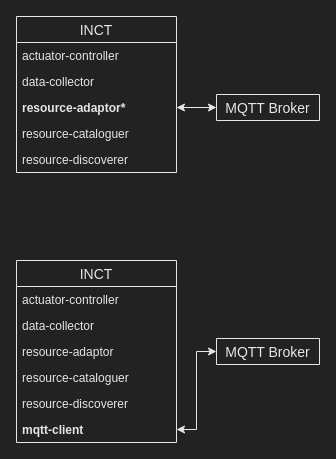
Above: relatorio2/doc/drawio/arquiteturas.drawio in batmacumba/misiot (draw.io), before the change. Source tidied: cells renumbered, new cells numbered last; positions are measured from the earlier drawing's top-left corner, leaving out a move shared by most shapes. Both pictures are drawn from the tidied source at 100%, with x=0, y=0 at pixel (16, 16).
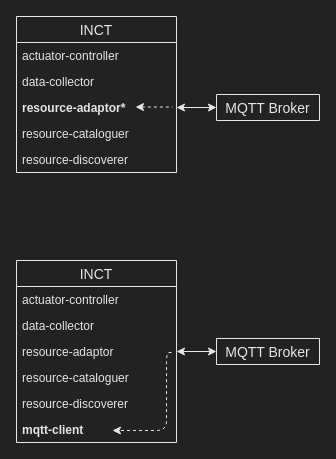
The same diagram, later.

Unchanged cells that the change refers to:
```xml
<mxCell id="2" value="INCT" style="swimlane;fontStyle=0;horizontal=1;startSize=26;align=center;fontSize=14;fontColor=#E6E6E6;fillColor=none;strokeColor=#E6E6E6;" parent="1" vertex="1">
  <mxGeometry width="160" height="156" as="geometry" />
</mxCell>
<mxCell id="10" value="INCT" style="swimlane;fontStyle=0;horizontal=1;startSize=26;align=center;fontSize=14;fontColor=#E6E6E6;fillColor=none;strokeColor=#E6E6E6;" parent="1" vertex="1">
  <mxGeometry y="244" width="160" height="182" as="geometry" />
</mxCell>
<mxCell id="13" value="resource-adaptor" style="text;strokeColor=none;fillColor=none;spacingLeft=4;spacingRight=4;overflow=hidden;points=[[0,0.5],[1,0.5]];portConstraint=eastwest;fontSize=12;fontColor=#E6E6E6;fontStyle=0;" parent="10" vertex="1">
  <mxGeometry y="78" width="160" height="26" as="geometry" />
</mxCell>
<mxCell id="16" value="mqtt-client" style="text;strokeColor=none;fillColor=none;spacingLeft=4;spacingRight=4;overflow=hidden;points=[[0,0.5],[1,0.5]];portConstraint=eastwest;fontSize=12;fontColor=#E6E6E6;fontStyle=1;" parent="10" vertex="1">
  <mxGeometry y="156" width="160" height="26" as="geometry" />
</mxCell>
<mxCell id="17" value="MQTT Broker" style="swimlane;fontStyle=0;horizontal=1;startSize=26;align=center;fontSize=14;fontColor=#E6E6E6;fillColor=none;strokeColor=#E6E6E6;" parent="1" vertex="1">
  <mxGeometry x="200" y="322" width="103" height="26" as="geometry" />
</mxCell>
```

The edit, as a diff of the source:
```diff
@@
+    <mxCell id="19" style="endArrow=none;startArrow=classic;html=1;fontColor=#E6E6E6;strokeColor=#E6E6E6;dashed=1;endFill=0;edgeStyle=orthogonalEdgeStyle;strokeWidth=1;" parent="2" edge="1">
+      <mxGeometry relative="1" as="geometry">
+        <mxPoint x="119" y="90.5" as="sourcePoint" />
+        <mxPoint x="156" y="90.5" as="targetPoint" />
+      </mxGeometry>
+    </mxCell>
@@
+    <mxCell id="20" style="endArrow=classic;startArrow=none;html=1;fontColor=#E6E6E6;strokeColor=#E6E6E6;dashed=1;endFill=1;startFill=0;edgeStyle=orthogonalEdgeStyle;" parent="10" edge="1">
+      <mxGeometry relative="1" as="geometry">
+        <mxPoint x="155" y="92" as="sourcePoint" />
+        <mxPoint x="96" y="170" as="targetPoint" />
+        <Array as="points">
+          <mxPoint x="150" y="92" />
+          <mxPoint x="150" y="170" />
+        </Array>
+      </mxGeometry>
+    </mxCell>
@@
-    <mxCell id="18" style="edgeStyle=orthogonalEdgeStyle;rounded=0;jettySize=auto;html=1;exitX=1;exitY=0.5;exitDx=0;exitDy=0;entryX=0;entryY=0.5;entryDx=0;entryDy=0;startArrow=classic;startFill=1;strokeColor=#E6E6E6;fontColor=#E6E6E6;" parent="1" edge="1" source="16" target="17">
+    <mxCell id="18" style="edgeStyle=orthogonalEdgeStyle;rounded=0;jettySize=auto;html=1;exitX=1;exitY=0.5;exitDx=0;exitDy=0;entryX=0;entryY=0.5;entryDx=0;entryDy=0;startArrow=classic;startFill=1;strokeColor=#E6E6E6;fontColor=#E6E6E6;" parent="1" edge="1" source="13" target="17">
       <mxGeometry relative="1" as="geometry" />
     </mxCell>
```
